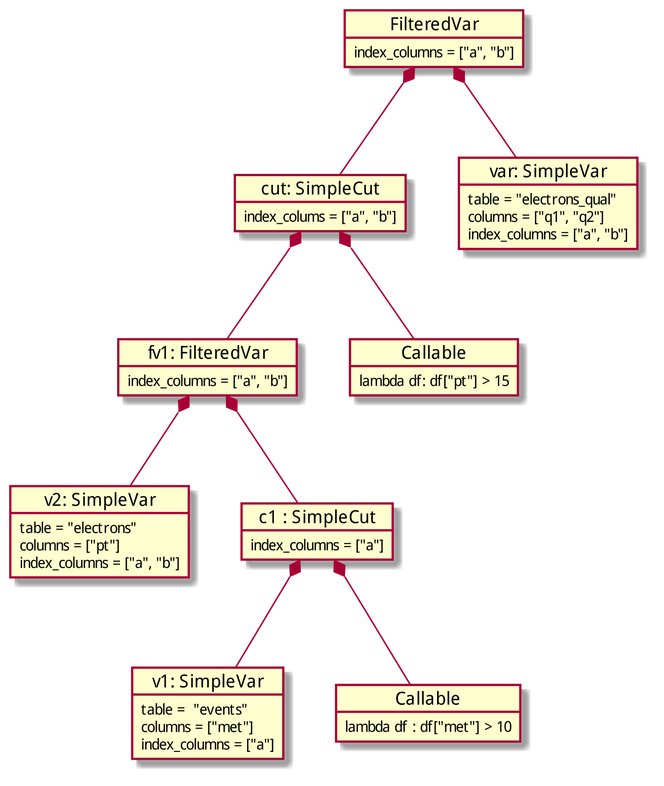
Earlier version of the PlantUML export docs/diagrams/fv-uc-02.png (marcpaterno/pandana3-design).
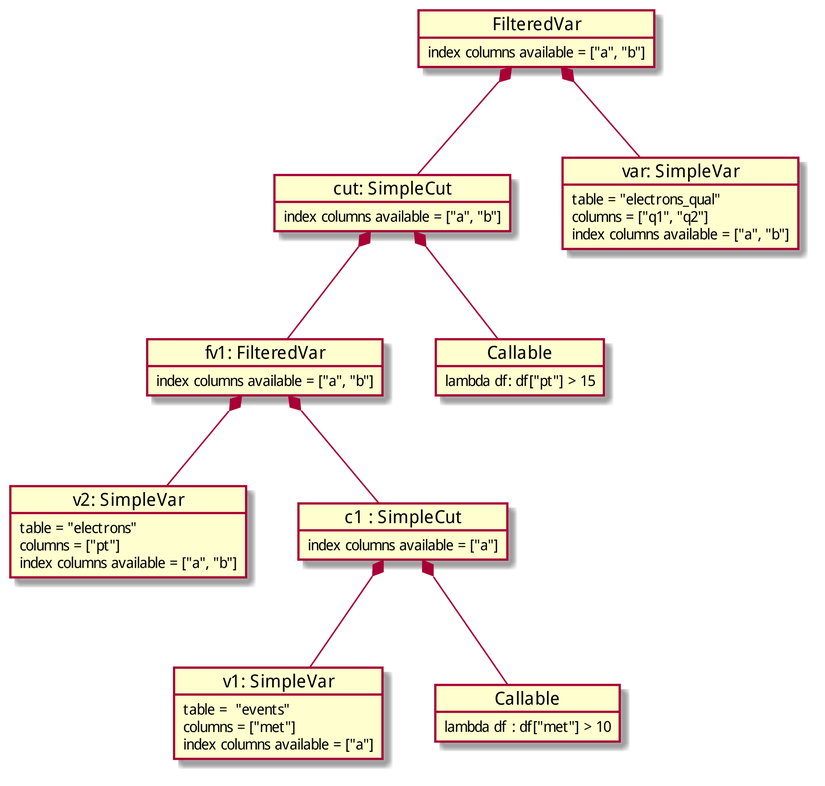
The same file after the commit.

Diff of the diagram source:
```diff
@@ -4,21 +4,21 @@
 object "v2: SimpleVar" as var {
   table = "electrons"
   columns = ["pt"]
-  index_columns = ["a", "b"]
+  index columns available = ["a", "b"]
 }
 
 object "c1 : SimpleCut" as cut {
-  index_columns = ["a"]
+  index columns available = ["a"]
 }
 
 object "v1: SimpleVar" as met {
   table =  "events"
   columns = ["met"]
-  index_columns = ["a"]
+  index columns available = ["a"]
 }
 
 object "fv1: FilteredVar" as fv1 {
-  index_columns = ["a", "b"]
+  index columns available = ["a", "b"]
 }
 
 object "Callable" as pred {
@@ -26,17 +26,17 @@
 }
 
 object "FilteredVar" as fv2 {
- index_columns = ["a", "b"]
+ index columns available = ["a", "b"]
 }
 
 object "cut: SimpleCut" as cut2 {
-  index_colums = ["a", "b"]
+  index columns available = ["a", "b"]
 }
 
 object "var: SimpleVar" as qual {
   table = "electrons_qual"
   columns = ["q1", "q2"]
-  index_columns = ["a", "b"]
+  index columns available = ["a", "b"]
 }
 
 object "Callable" as pred2 {
```
